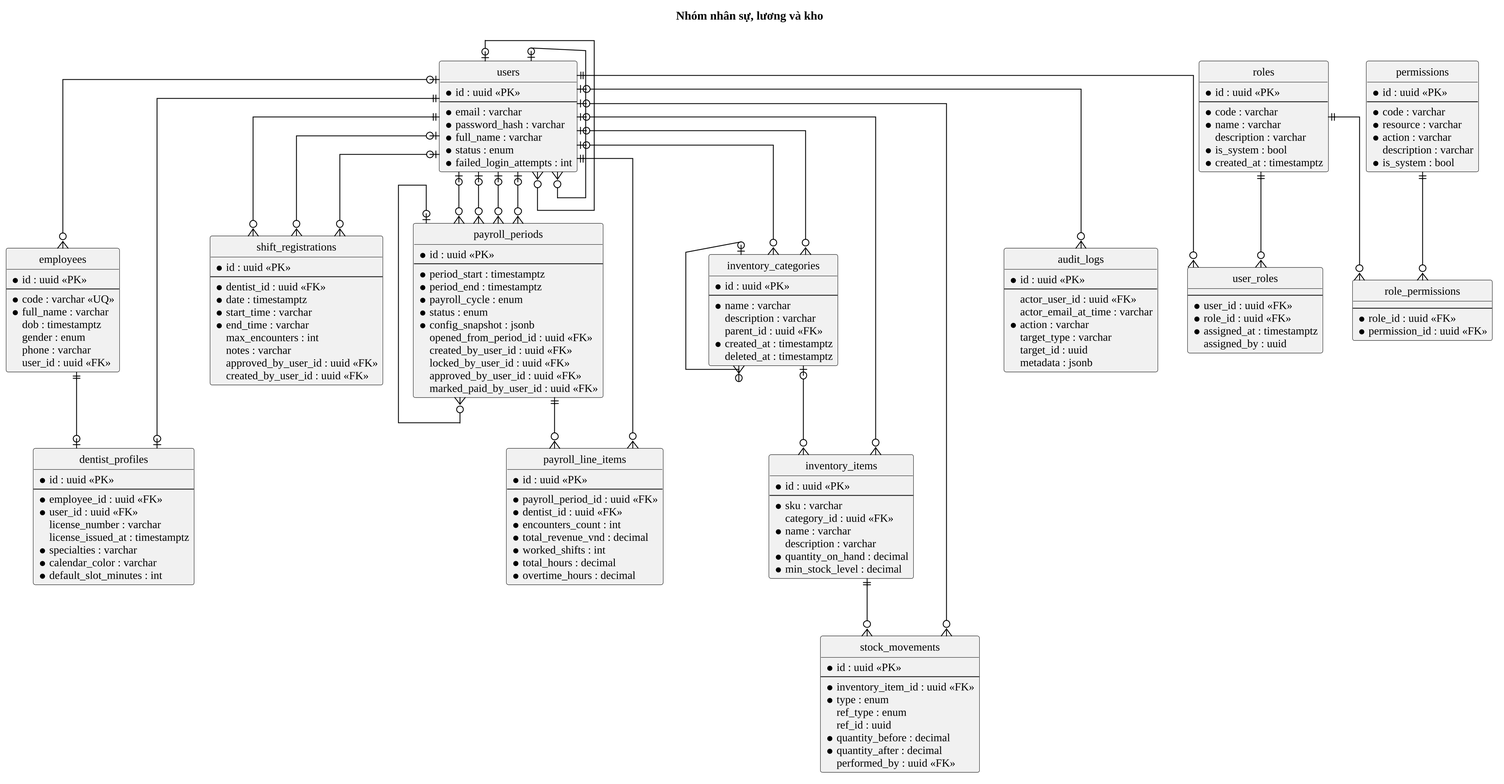
Trantuan0310/dental-clinic-nestjs-react keeps this PlantUML diagram as docs/10_Thesis/bao-cao/hinh/3-5-erd-nhan-su-kho.png. Above is the earlier version. Source of this version:
```plantuml
@startuml
!include _kieu.iuml
hide circle
skinparam linetype ortho
skinparam defaultFontSize 13
title Nhóm nhân sự, lương và kho

entity "users" as User {
  * id : uuid <<PK>>
  --
  * email : varchar
  * password_hash : varchar
  * full_name : varchar
  * status : enum
  * failed_login_attempts : int
}
entity "roles" as Role {
  * id : uuid <<PK>>
  --
  * code : varchar
  * name : varchar
  description : varchar
  * is_system : bool
  * created_at : timestamptz
}
entity "permissions" as Permission {
  * id : uuid <<PK>>
  --
  * code : varchar
  * resource : varchar
  * action : varchar
  description : varchar
  * is_system : bool
}
entity "user_roles" as UserRole {
  --
  * user_id : uuid <<FK>>
  * role_id : uuid <<FK>>
  * assigned_at : timestamptz
  assigned_by : uuid
}
entity "role_permissions" as RolePermission {
  --
  * role_id : uuid <<FK>>
  * permission_id : uuid <<FK>>
}
entity "employees" as Employee {
  * id : uuid <<PK>>
  --
  * code : varchar <<UQ>>
  * full_name : varchar
  dob : timestamptz
  gender : enum
  phone : varchar
  user_id : uuid <<FK>>
}
entity "dentist_profiles" as DentistProfile {
  * id : uuid <<PK>>
  --
  * employee_id : uuid <<FK>>
  * user_id : uuid <<FK>>
  license_number : varchar
  license_issued_at : timestamptz
  * specialties : varchar
  * calendar_color : varchar
  * default_slot_minutes : int
}
entity "shift_registrations" as ShiftRegistration {
  * id : uuid <<PK>>
  --
  * dentist_id : uuid <<FK>>
  * date : timestamptz
  * start_time : varchar
  * end_time : varchar
  max_encounters : int
  notes : varchar
  approved_by_user_id : uuid <<FK>>
  created_by_user_id : uuid <<FK>>
}
entity "payroll_periods" as PayrollPeriod {
  * id : uuid <<PK>>
  --
  * period_start : timestamptz
  * period_end : timestamptz
  * payroll_cycle : enum
  * status : enum
  * config_snapshot : jsonb
  opened_from_period_id : uuid <<FK>>
  created_by_user_id : uuid <<FK>>
  locked_by_user_id : uuid <<FK>>
  approved_by_user_id : uuid <<FK>>
  marked_paid_by_user_id : uuid <<FK>>
}
entity "payroll_line_items" as PayrollLineItem {
  * id : uuid <<PK>>
  --
  * payroll_period_id : uuid <<FK>>
  * dentist_id : uuid <<FK>>
  * encounters_count : int
  * total_revenue_vnd : decimal
  * worked_shifts : int
  * total_hours : decimal
  * overtime_hours : decimal
}
entity "inventory_categories" as InventoryCategory {
  * id : uuid <<PK>>
  --
  * name : varchar
  description : varchar
  parent_id : uuid <<FK>>
  * created_at : timestamptz
  deleted_at : timestamptz
}
entity "inventory_items" as InventoryItem {
  * id : uuid <<PK>>
  --
  * sku : varchar
  category_id : uuid <<FK>>
  * name : varchar
  description : varchar
  * quantity_on_hand : decimal
  * min_stock_level : decimal
}
entity "stock_movements" as StockMovement {
  * id : uuid <<PK>>
  --
  * inventory_item_id : uuid <<FK>>
  * type : enum
  ref_type : enum
  ref_id : uuid
  * quantity_before : decimal
  * quantity_after : decimal
  performed_by : uuid <<FK>>
}
entity "audit_logs" as AuditLog {
  * id : uuid <<PK>>
  --
  actor_user_id : uuid <<FK>>
  actor_email_at_time : varchar
  * action : varchar
  target_type : varchar
  target_id : uuid
  metadata : jsonb
}

User |o--o{ User
User |o--o{ User
User ||--o{ UserRole
Role ||--o{ UserRole
Role ||--o{ RolePermission
Permission ||--o{ RolePermission
User |o--o{ Employee
Employee ||--o| DentistProfile
User ||--o| DentistProfile
User ||--o{ ShiftRegistration
User |o--o{ ShiftRegistration
User |o--o{ ShiftRegistration
User |o--o{ PayrollPeriod
User |o--o{ PayrollPeriod
User |o--o{ PayrollPeriod
User |o--o{ PayrollPeriod
PayrollPeriod |o--o{ PayrollPeriod
PayrollPeriod ||--o{ PayrollLineItem
User ||--o{ PayrollLineItem
InventoryCategory |o--o{ InventoryCategory
User |o--o{ InventoryCategory
User |o--o{ InventoryCategory
InventoryCategory |o--o{ InventoryItem
User |o--o{ InventoryItem
InventoryItem ||--o{ StockMovement
User |o--o{ StockMovement
User |o--o{ AuditLog
@enduml
```
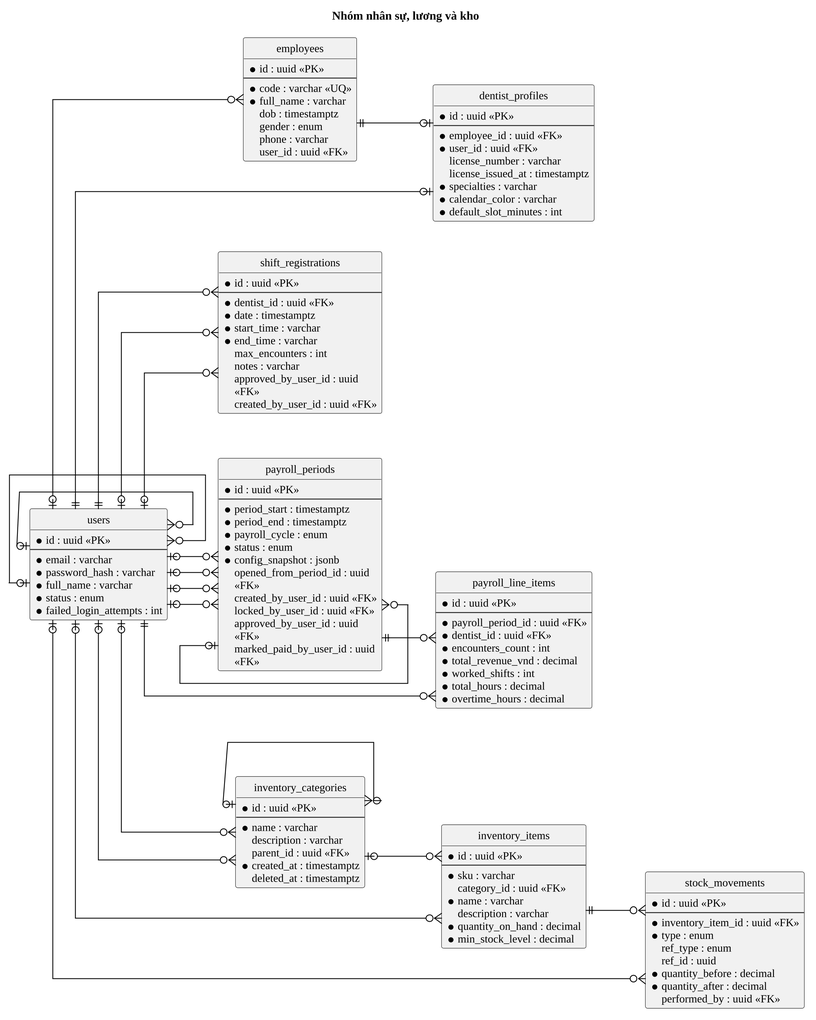
Above is the later version.

Diff of the diagram source:
```diff
@@ -2,6 +2,7 @@
 !include _kieu.iuml
 hide circle
 skinparam linetype ortho
+left to right direction
 skinparam defaultFontSize 13
 title Nhóm nhân sự, lương và kho
 
@@ -13,36 +14,6 @@
   * full_name : varchar
   * status : enum
   * failed_login_attempts : int
-}
-entity "roles" as Role {
-  * id : uuid <<PK>>
-  --
-  * code : varchar
-  * name : varchar
-  description : varchar
-  * is_system : bool
-  * created_at : timestamptz
-}
-entity "permissions" as Permission {
-  * id : uuid <<PK>>
-  --
-  * code : varchar
-  * resource : varchar
-  * action : varchar
-  description : varchar
-  * is_system : bool
-}
-entity "user_roles" as UserRole {
-  --
-  * user_id : uuid <<FK>>
-  * role_id : uuid <<FK>>
-  * assigned_at : timestamptz
-  assigned_by : uuid
-}
-entity "role_permissions" as RolePermission {
-  --
-  * role_id : uuid <<FK>>
-  * permission_id : uuid <<FK>>
 }
 entity "employees" as Employee {
   * id : uuid <<PK>>
@@ -132,23 +103,9 @@
   * quantity_after : decimal
   performed_by : uuid <<FK>>
 }
-entity "audit_logs" as AuditLog {
-  * id : uuid <<PK>>
-  --
-  actor_user_id : uuid <<FK>>
-  actor_email_at_time : varchar
-  * action : varchar
-  target_type : varchar
-  target_id : uuid
-  metadata : jsonb
-}
 
 User |o--o{ User
 User |o--o{ User
-User ||--o{ UserRole
-Role ||--o{ UserRole
-Role ||--o{ RolePermission
-Permission ||--o{ RolePermission
 User |o--o{ Employee
 Employee ||--o| DentistProfile
 User ||--o| DentistProfile
@@ -169,5 +126,4 @@
 User |o--o{ InventoryItem
 InventoryItem ||--o{ StockMovement
 User |o--o{ StockMovement
-User |o--o{ AuditLog
 @enduml
```
